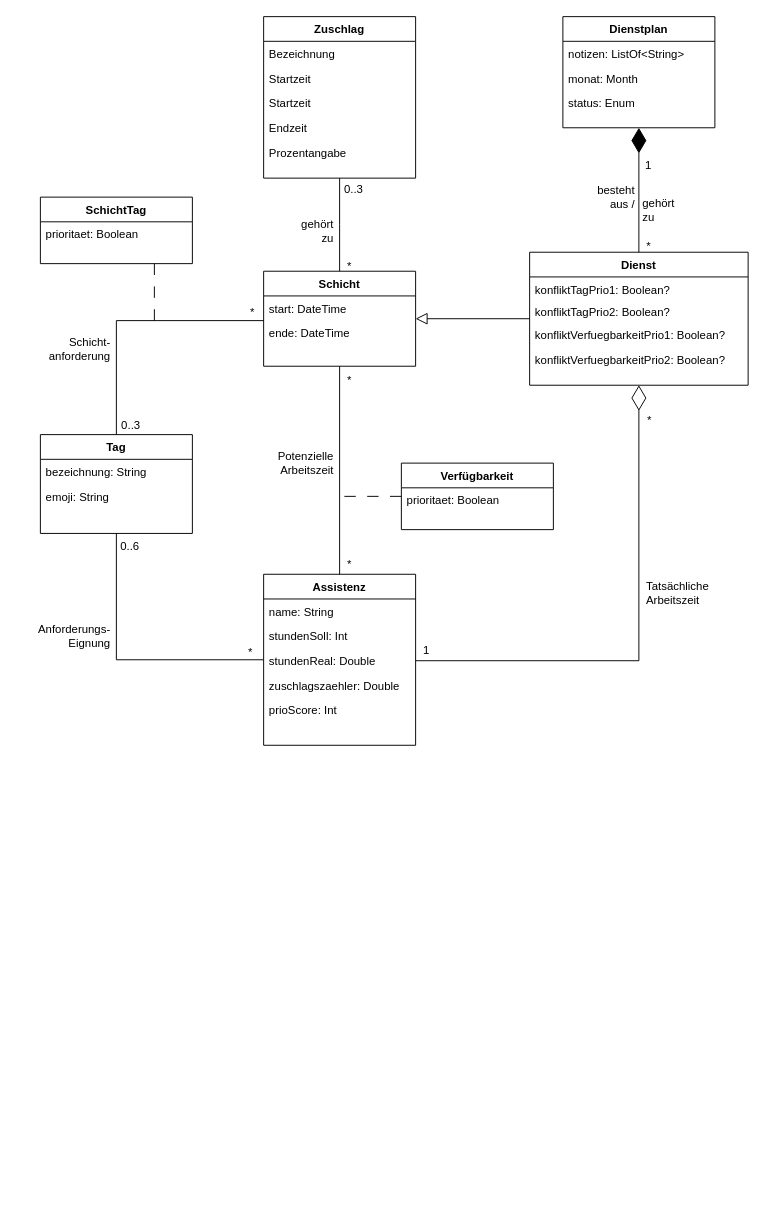
This is 4_Entwurf/4_UML/4_UML_Klassendiagramme/Domänenklassendiagramm_Anforderungsspezifikation.drawio from annikalenneper/praxisprojekt_mi_bachelor_SoSe24, a draw.io file, before an edit. Source tidied: cells renumbered, new cells numbered last; positions are measured from the earlier drawing's top-left corner, leaving out a move shared by most shapes. Both pictures are drawn from the tidied source at 95%, with x=0, y=0 at pixel (16, 16).
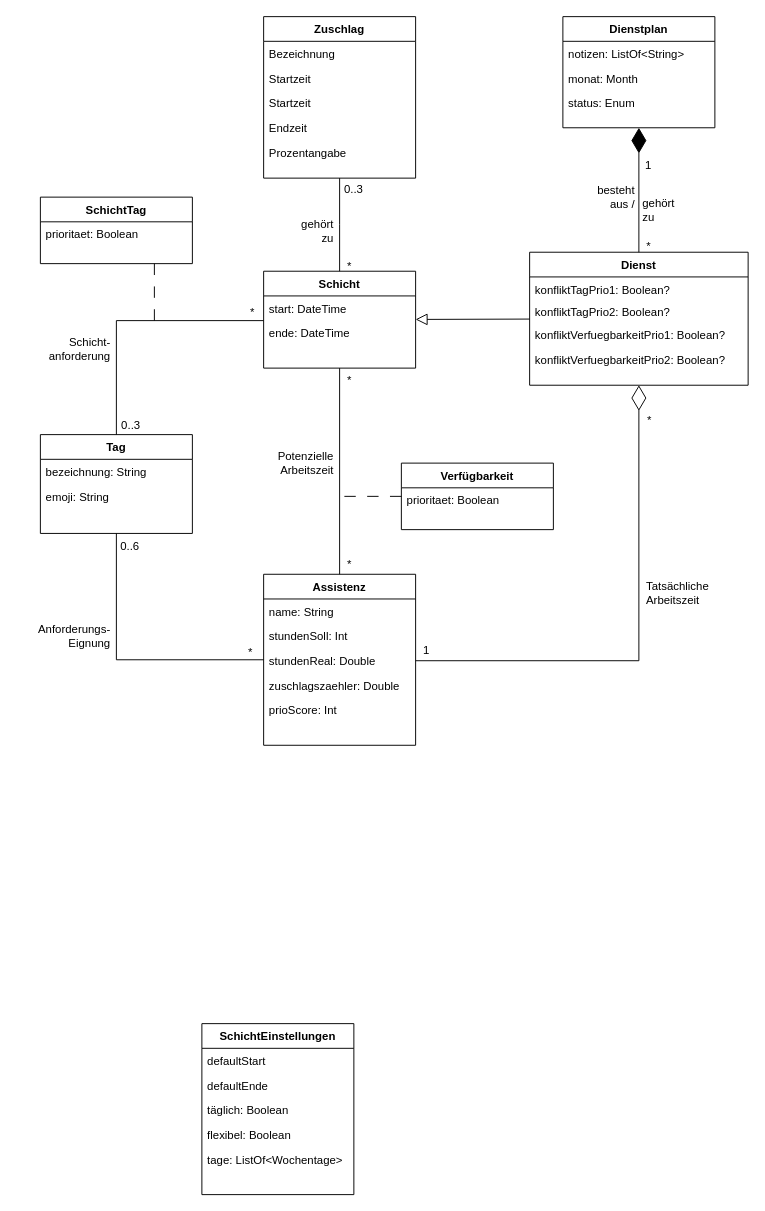
After the change.

Change to the diagram source:
```diff
@@
     <mxCell id="2" value="Schicht" style="swimlane;fontStyle=1;align=center;verticalAlign=top;horizontal=1;startSize=26;rounded=0;shadow=0;strokeWidth=1;" parent="1" vertex="1">
-      <mxGeometry x="260" y="268" width="160" height="100" as="geometry" />
+      <mxGeometry x="260" y="268" width="160" height="102" as="geometry" />
     </mxCell>
@@
+    <mxCell id="61" value="SchichtEinstellungen" style="swimlane;fontStyle=1;align=center;verticalAlign=top;horizontal=1;startSize=26;rounded=0;shadow=0;strokeWidth=1;" parent="1" vertex="1">
+      <mxGeometry x="195" y="1060" width="160" height="180" as="geometry" />
+    </mxCell>
+    <mxCell id="62" value="defaultStart" style="text;align=left;verticalAlign=top;spacingLeft=4;spacingRight=4;overflow=hidden;" parent="61" vertex="1">
+      <mxGeometry y="26" width="160" height="26" as="geometry" />
+    </mxCell>
+    <mxCell id="63" value="defaultEnde" style="text;align=left;verticalAlign=top;spacingLeft=4;spacingRight=4;overflow=hidden;rounded=0;shadow=0;html=0;" parent="61" vertex="1">
+      <mxGeometry y="52" width="160" height="26" as="geometry" />
+    </mxCell>
+    <mxCell id="64" value="täglich: Boolean" style="text;align=left;verticalAlign=top;spacingLeft=4;spacingRight=4;overflow=hidden;rounded=0;shadow=0;html=0;" parent="61" vertex="1">
+      <mxGeometry y="78" width="160" height="26" as="geometry" />
+    </mxCell>
+    <mxCell id="65" value="flexibel: Boolean" style="text;align=left;verticalAlign=top;spacingLeft=4;spacingRight=4;overflow=hidden;rounded=0;shadow=0;html=0;" parent="61" vertex="1">
+      <mxGeometry y="104" width="160" height="26" as="geometry" />
+    </mxCell>
+    <mxCell id="66" value="tage: ListOf&lt;Wochentage&gt;" style="text;align=left;verticalAlign=top;spacingLeft=4;spacingRight=4;overflow=hidden;rounded=0;shadow=0;html=0;" parent="61" vertex="1">
+      <mxGeometry y="130" width="160" height="26" as="geometry" />
+    </mxCell>
```
